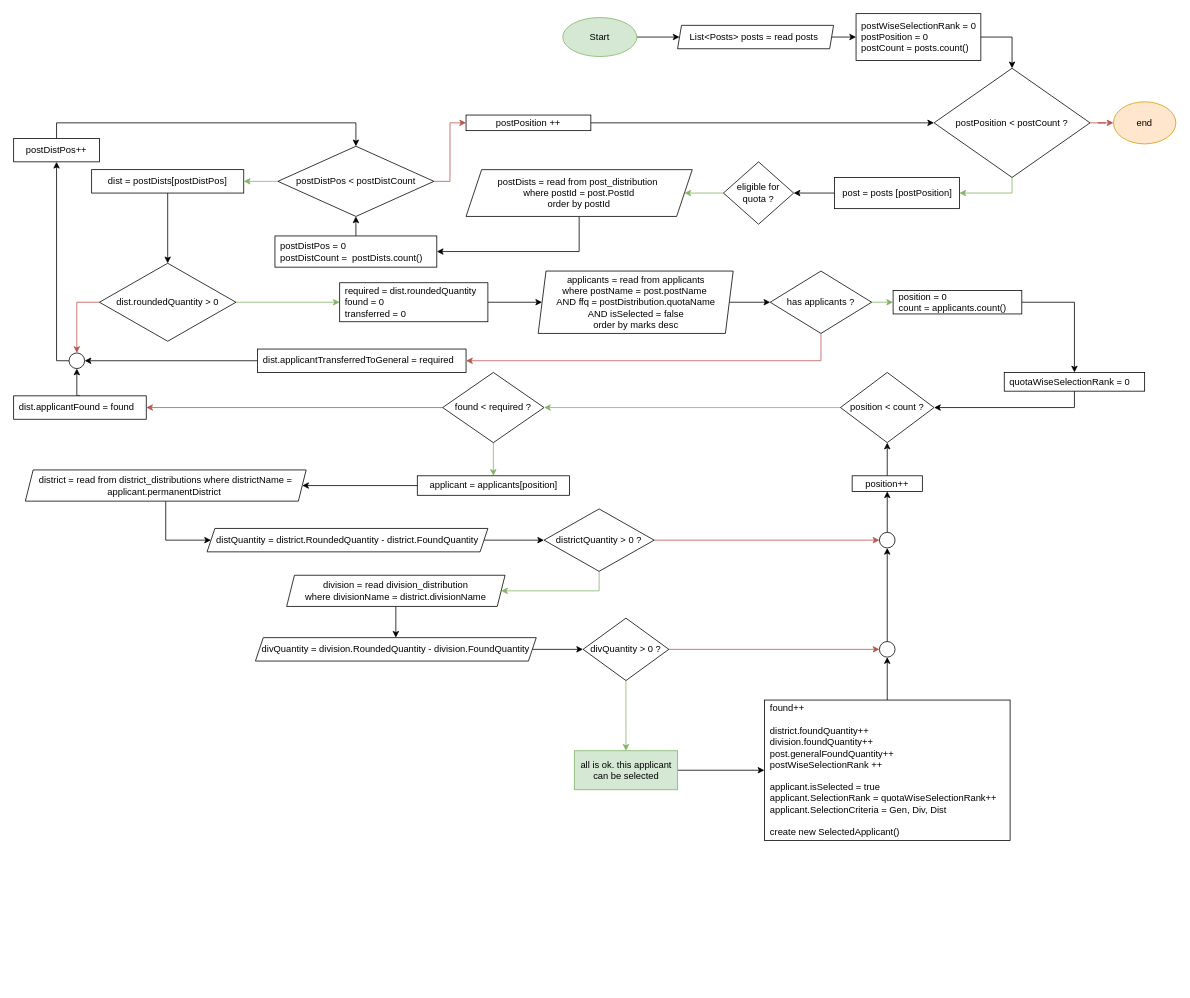
The draw.io diagram Applicant Selection.drawio in skpaul/ResultManager, before the edit. Source tidied: cells renumbered, new cells numbered last; positions are measured from the earlier drawing's top-left corner, leaving out a move shared by most shapes. Both pictures are drawn from the tidied source at 78%, with x=0, y=0 at pixel (13, 13).
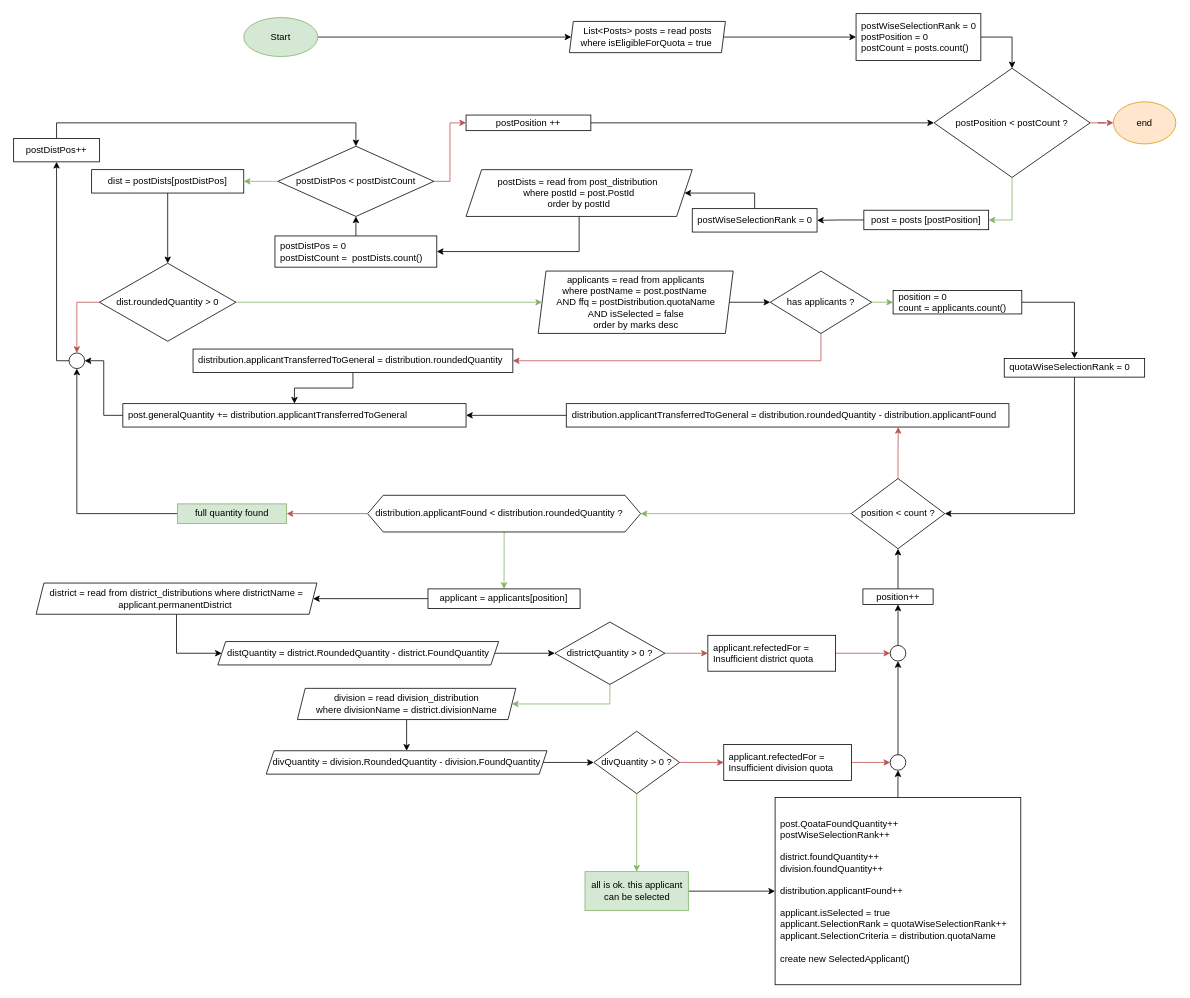
The same page after the edit.

Commit message (it also covers changes not shown here):
flowchart completed. Database modified.

Unchanged cells that the change refers to:
```xml
<mxCell id="37" value="postDists = read from post_distribution&amp;nbsp;&lt;br&gt;where postId = post.PostId&lt;br&gt;order by postId" style="shape=parallelogram;perimeter=parallelogramPerimeter;whiteSpace=wrap;html=1;fixedSize=1;align=center;" parent="1" vertex="1">
  <mxGeometry x="580" y="200" width="290" height="60" as="geometry" />
</mxCell>
<mxCell id="41" value="applicants = read from applicants &lt;br&gt;where postName = post.postName&amp;nbsp;&lt;br&gt;AND ffq = postDistribution.quotaName&lt;br&gt;AND isSelected = false&lt;br&gt;order by marks desc" style="shape=parallelogram;perimeter=parallelogramPerimeter;whiteSpace=wrap;html=1;fixedSize=1;size=10;" parent="1" vertex="1">
  <mxGeometry x="672.5" y="330" width="250" height="80" as="geometry" />
</mxCell>
<mxCell id="53" value="dist.roundedQuantity &amp;gt; 0" style="rhombus;whiteSpace=wrap;html=1;" parent="1" vertex="1">
  <mxGeometry x="110" y="320" width="175" height="100" as="geometry" />
</mxCell>
<mxCell id="72" style="ellipse;whiteSpace=wrap;html=1;align=center;" parent="1" vertex="1">
  <mxGeometry x="71" y="435" width="20" height="20" as="geometry" />
</mxCell>
```

The edit, as a diff of the source:
```diff
@@
     <mxCell id="3" value="Start" style="ellipse;whiteSpace=wrap;html=1;fillColor=#d5e8d4;strokeColor=#82b366;" parent="1" vertex="1">
-      <mxGeometry x="704" y="5" width="95" height="50" as="geometry" />
+      <mxGeometry x="295" y="5" width="95" height="50" as="geometry" />
     </mxCell>
@@
-    <mxCell id="5" value="List&amp;lt;Posts&amp;gt; posts = read posts&amp;nbsp;" style="shape=parallelogram;perimeter=parallelogramPerimeter;whiteSpace=wrap;html=1;fixedSize=1;size=5;" parent="1" vertex="1">
-      <mxGeometry x="851.2" y="15" width="200" height="30" as="geometry" />
+    <mxCell id="5" value="List&amp;lt;Posts&amp;gt; posts = read posts where isEligibleForQuota = true&amp;nbsp;" style="shape=parallelogram;perimeter=parallelogramPerimeter;whiteSpace=wrap;html=1;fixedSize=1;size=5;" parent="1" vertex="1">
+      <mxGeometry x="712.5" y="10" width="200" height="40" as="geometry" />
     </mxCell>
-    <mxCell id="6" style="edgeStyle=orthogonalEdgeStyle;rounded=0;jettySize=auto;html=1;entryX=1;entryY=0.5;entryDx=0;entryDy=0;fillColor=#d5e8d4;strokeColor=#82b366;" parent="1" edge="1" source="7" target="37">
-      <mxGeometry relative="1" as="geometry" />
-    </mxCell>
-    <mxCell id="7" value="eligible for quota ?" style="rhombus;whiteSpace=wrap;html=1;" parent="1" vertex="1">
-      <mxGeometry x="910" y="190" width="90" height="80" as="geometry" />
-    </mxCell>
     <mxCell id="8" value="applicant = applicants[position]" style="rounded=0;whiteSpace=wrap;html=1;" parent="1" vertex="1">
-      <mxGeometry x="517.5" y="592.5" width="195" height="25" as="geometry" />
+      <mxGeometry x="531.2" y="737.5" width="195" height="25" as="geometry" />
     </mxCell>
     <mxCell id="9" style="edgeStyle=orthogonalEdgeStyle;rounded=0;jettySize=auto;html=1;exitX=0.5;exitY=1;exitDx=0;exitDy=0;entryX=0;entryY=0.5;entryDx=0;entryDy=0;" parent="1" edge="1" source="10" target="12">
       <mxGeometry relative="1" as="geometry">
         <Array as="points">
-          <mxPoint x="195" y="675" />
+          <mxPoint x="208.8" y="820" />
         </Array>
       </mxGeometry>
     </mxCell>
     <mxCell id="10" value="district = read from district_distributions where districtName = applicant.permanentDistrict&amp;nbsp;" style="shape=parallelogram;perimeter=parallelogramPerimeter;whiteSpace=wrap;html=1;fixedSize=1;size=10;" parent="1" vertex="1">
-      <mxGeometry x="15" y="585" width="360" height="40" as="geometry" />
+      <mxGeometry x="28.8" y="730" width="360" height="40" as="geometry" />
     </mxCell>
@@
     <mxCell id="12" value="distQuantity = district.RoundedQuantity - district.FoundQuantity" style="shape=parallelogram;perimeter=parallelogramPerimeter;whiteSpace=wrap;html=1;fixedSize=1;size=10;" parent="1" vertex="1">
-      <mxGeometry x="248" y="660" width="360" height="30" as="geometry" />
+      <mxGeometry x="261.8" y="805" width="360" height="30" as="geometry" />
     </mxCell>
-    <mxCell id="13" style="edgeStyle=orthogonalEdgeStyle;rounded=0;jettySize=auto;html=1;entryX=0;entryY=0.5;entryDx=0;entryDy=0;fillColor=#f8cecc;strokeColor=#b85450;exitX=1;exitY=0.5;exitDx=0;exitDy=0;" parent="1" edge="1" source="15" target="31">
+    <mxCell id="13" style="edgeStyle=orthogonalEdgeStyle;rounded=0;jettySize=auto;html=1;entryX=0;entryY=0.5;entryDx=0;entryDy=0;fillColor=#f8cecc;strokeColor=#b85450;exitX=1;exitY=0.5;exitDx=0;exitDy=0;" parent="1" edge="1" source="85" target="31">
       <mxGeometry relative="1" as="geometry" />
     </mxCell>
     <mxCell id="14" style="edgeStyle=orthogonalEdgeStyle;rounded=0;jettySize=auto;html=1;entryX=1;entryY=0.5;entryDx=0;entryDy=0;exitX=0.5;exitY=1;exitDx=0;exitDy=0;fillColor=#d5e8d4;strokeColor=#82b366;" parent="1" edge="1" source="15" target="17">
       <mxGeometry relative="1" as="geometry">
         <Array as="points">
-          <mxPoint x="751" y="740" />
+          <mxPoint x="764.8" y="885" />
         </Array>
       </mxGeometry>
     </mxCell>
     <mxCell id="15" value="districtQuantity &amp;gt; 0 ?" style="rhombus;whiteSpace=wrap;html=1;" parent="1" vertex="1">
-      <mxGeometry x="680" y="635" width="141.2" height="80" as="geometry" />
+      <mxGeometry x="693.8" y="780" width="141.2" height="80" as="geometry" />
     </mxCell>
@@
     <mxCell id="17" value="division = read division_distribution &lt;br&gt;where divisionName = district.divisionName" style="shape=parallelogram;perimeter=parallelogramPerimeter;whiteSpace=wrap;html=1;fixedSize=1;size=10;" parent="1" vertex="1">
-      <mxGeometry x="350" y="720" width="280" height="40" as="geometry" />
+      <mxGeometry x="363.8" y="865" width="280" height="40" as="geometry" />
     </mxCell>
@@
     <mxCell id="19" value="divQuantity = division.RoundedQuantity - division.FoundQuantity" style="shape=parallelogram;perimeter=parallelogramPerimeter;whiteSpace=wrap;html=1;fixedSize=1;size=10;" parent="1" vertex="1">
-      <mxGeometry x="310" y="800" width="360" height="30" as="geometry" />
+      <mxGeometry x="323.8" y="945" width="360" height="30" as="geometry" />
     </mxCell>
@@
-    <mxCell id="21" style="edgeStyle=orthogonalEdgeStyle;rounded=0;jettySize=auto;html=1;exitX=1;exitY=0.5;exitDx=0;exitDy=0;entryX=0;entryY=0.5;entryDx=0;entryDy=0;fillColor=#f8cecc;strokeColor=#b85450;" parent="1" edge="1" source="22" target="30">
+    <mxCell id="21" style="edgeStyle=orthogonalEdgeStyle;rounded=0;jettySize=auto;html=1;exitX=1;exitY=0.5;exitDx=0;exitDy=0;entryX=0;entryY=0.5;entryDx=0;entryDy=0;fillColor=#f8cecc;strokeColor=#b85450;" parent="1" edge="1" source="93" target="30">
       <mxGeometry relative="1" as="geometry" />
     </mxCell>
     <mxCell id="22" value="divQuantity &amp;gt; 0 ?" style="rhombus;whiteSpace=wrap;html=1;" parent="1" vertex="1">
-      <mxGeometry x="730" y="775" width="110" height="80" as="geometry" />
+      <mxGeometry x="743.8" y="920" width="110" height="80" as="geometry" />
     </mxCell>
@@
-    <mxCell id="24" value="found++&lt;br&gt;&lt;br&gt;district.foundQuantity++&lt;br&gt;division.foundQuantity++&lt;br&gt;post.generalFoundQuantity++&lt;br&gt;&lt;span style=&quot;text-align: center&quot;&gt;postWiseSelectionRank ++&lt;br&gt;&lt;/span&gt;&lt;br&gt;applicant.isSelected = true&lt;br&gt;applicant.SelectionRank = quotaWiseSelectionRank++&lt;br&gt;applicant.SelectionCriteria = Gen, Div, Dist&lt;br&gt;&lt;br&gt;create new SelectedApplicant()" style="rounded=0;whiteSpace=wrap;html=1;align=left;spacingLeft=5;spacingTop=4;spacingBottom=5;" parent="1" vertex="1">
-      <mxGeometry x="962.5" y="880" width="315" height="180" as="geometry" />
+    <mxCell id="24" value="post.QoataFoundQuantity++&lt;br&gt;postWiseSelectionRank++&lt;br&gt;&lt;br&gt;district.foundQuantity++&lt;br&gt;division.foundQuantity++&lt;span style=&quot;text-align: center&quot;&gt;&lt;br&gt;&lt;/span&gt;&lt;br&gt;distribution.applicantFound++&lt;br&gt;&lt;br&gt;applicant.isSelected = true&lt;br&gt;applicant.SelectionRank = quotaWiseSelectionRank++&lt;br&gt;applicant.SelectionCriteria = distribution.quotaName&lt;br&gt;&lt;br&gt;create new SelectedApplicant()" style="rounded=0;whiteSpace=wrap;html=1;align=left;spacingLeft=5;spacingTop=4;spacingBottom=5;" parent="1" vertex="1">
+      <mxGeometry x="976.2" y="1005" width="315" height="240" as="geometry" />
     </mxCell>
@@
     <mxCell id="26" value="quotaWiseSelectionRank = 0" style="rounded=0;whiteSpace=wrap;html=1;align=left;spacingLeft=5;" parent="1" vertex="1">
-      <mxGeometry x="1270" y="460" width="180" height="24" as="geometry" />
+      <mxGeometry x="1270" y="442" width="180" height="24" as="geometry" />
     </mxCell>
@@
     <mxCell id="28" value="all is ok. this applicant can be selected" style="rounded=0;whiteSpace=wrap;html=1;align=center;fillColor=#d5e8d4;strokeColor=#82b366;" parent="1" vertex="1">
-      <mxGeometry x="718.8" y="945" width="132.5" height="50" as="geometry" />
+      <mxGeometry x="732.5" y="1100" width="132.5" height="50" as="geometry" />
     </mxCell>
@@
     <mxCell id="30" style="ellipse;whiteSpace=wrap;html=1;align=center;" parent="1" vertex="1">
-      <mxGeometry x="1110" y="805" width="20" height="20" as="geometry" />
+      <mxGeometry x="1123.8" y="950" width="20" height="20" as="geometry" />
     </mxCell>
     <mxCell id="31" style="ellipse;whiteSpace=wrap;html=1;align=center;" parent="1" vertex="1">
-      <mxGeometry x="1110" y="665" width="20" height="20" as="geometry" />
+      <mxGeometry x="1123.8" y="810" width="20" height="20" as="geometry" />
     </mxCell>
@@
     <mxCell id="35" value="position++" style="rounded=0;whiteSpace=wrap;html=1;" parent="1" vertex="1">
-      <mxGeometry x="1075" y="592.5" width="90" height="20" as="geometry" />
+      <mxGeometry x="1088.8" y="737.5" width="90" height="20" as="geometry" />
     </mxCell>
@@
-    <mxCell id="48" style="edgeStyle=orthogonalEdgeStyle;rounded=0;jettySize=auto;html=1;entryX=1;entryY=0.5;entryDx=0;entryDy=0;exitX=0;exitY=0.5;exitDx=0;exitDy=0;" parent="1" edge="1" source="59" target="7">
+    <mxCell id="48" style="edgeStyle=orthogonalEdgeStyle;rounded=0;jettySize=auto;html=1;entryX=1;entryY=0.5;entryDx=0;entryDy=0;exitX=0;exitY=0.5;exitDx=0;exitDy=0;" parent="1" edge="1" source="59" target="84">
       <mxGeometry relative="1" as="geometry" />
     </mxCell>
@@
-    <mxCell id="52" style="edgeStyle=orthogonalEdgeStyle;rounded=0;jettySize=auto;html=1;entryX=0;entryY=0.5;entryDx=0;entryDy=0;fillColor=#d5e8d4;strokeColor=#82b366;" parent="1" edge="1" source="53" target="61">
+    <mxCell id="52" style="edgeStyle=orthogonalEdgeStyle;rounded=0;jettySize=auto;html=1;entryX=0;entryY=0.5;entryDx=0;entryDy=0;fillColor=#d5e8d4;strokeColor=#82b366;" parent="1" edge="1" source="53" target="41">
       <mxGeometry relative="1" as="geometry" />
     </mxCell>
@@
     <mxCell id="59" value="post = posts [postPosition]" style="rounded=0;whiteSpace=wrap;html=1;" parent="1" vertex="1">
-      <mxGeometry x="1052.5" y="210" width="160" height="40" as="geometry" />
+      <mxGeometry x="1090" y="252" width="160" height="25" as="geometry" />
     </mxCell>
-    <mxCell id="60" style="edgeStyle=orthogonalEdgeStyle;rounded=0;jettySize=auto;html=1;exitX=1;exitY=0.5;exitDx=0;exitDy=0;entryX=0;entryY=0.5;entryDx=0;entryDy=0;" parent="1" edge="1" source="61" target="41">
-      <mxGeometry relative="1" as="geometry" />
-    </mxCell>
-    <mxCell id="61" value="required = dist.roundedQuantity&lt;br&gt;found = 0&lt;br&gt;transferred = 0" style="rounded=0;whiteSpace=wrap;html=1;align=left;spacingLeft=5;" parent="1" vertex="1">
-      <mxGeometry x="418" y="345" width="190" height="50" as="geometry" />
-    </mxCell>
-    <mxCell id="62" style="edgeStyle=orthogonalEdgeStyle;rounded=0;jettySize=auto;html=1;exitX=0;exitY=0.5;exitDx=0;exitDy=0;entryX=1;entryY=0.5;entryDx=0;entryDy=0;" parent="1" edge="1" source="63" target="72">
+    <mxCell id="62" style="edgeStyle=orthogonalEdgeStyle;rounded=0;jettySize=auto;html=1;exitX=0;exitY=0.5;exitDx=0;exitDy=0;entryX=1;entryY=0.5;entryDx=0;entryDy=0;" parent="1" edge="1" source="92" target="72">
       <mxGeometry relative="1" as="geometry" />
     </mxCell>
+    <mxCell id="80" style="edgeStyle=orthogonalEdgeStyle;rounded=0;jettySize=auto;html=1;exitX=0.5;exitY=1;exitDx=0;exitDy=0;entryX=0.5;entryY=0;entryDx=0;entryDy=0;strokeColor=#000000;" parent="1" edge="1" source="63" target="92">
+      <mxGeometry relative="1" as="geometry" />
+    </mxCell>
-    <mxCell id="63" value="dist.applicantTransferredToGeneral = required" style="rounded=0;whiteSpace=wrap;html=1;align=left;spacingLeft=5;" parent="1" vertex="1">
-      <mxGeometry x="312.5" y="430" width="267.5" height="30" as="geometry" />
+    <mxCell id="63" value="distribution.applicantTransferredToGeneral = distribution.roundedQuantity" style="rounded=0;whiteSpace=wrap;html=1;align=left;spacingLeft=5;" parent="1" vertex="1">
+      <mxGeometry x="230" y="430" width="410" height="30" as="geometry" />
     </mxCell>
-    <mxCell id="64" style="edgeStyle=orthogonalEdgeStyle;rounded=0;jettySize=auto;html=1;exitX=0.5;exitY=1;exitDx=0;exitDy=0;entryX=0.5;entryY=0;entryDx=0;entryDy=0;fillColor=#d5e8d4;strokeColor=#82b366;" parent="1" edge="1" source="66" target="8">
+    <mxCell id="64" style="edgeStyle=orthogonalEdgeStyle;rounded=0;jettySize=auto;html=1;exitX=0.5;exitY=1;exitDx=0;exitDy=0;entryX=0.5;entryY=0;entryDx=0;entryDy=0;fillColor=#d5e8d4;strokeColor=#82b366;" parent="1" edge="1" source="82" target="8">
       <mxGeometry relative="1" as="geometry" />
     </mxCell>
-    <mxCell id="65" style="edgeStyle=orthogonalEdgeStyle;rounded=0;jettySize=auto;html=1;exitX=0;exitY=0.5;exitDx=0;exitDy=0;entryX=1;entryY=0.5;entryDx=0;entryDy=0;fillColor=#f8cecc;strokeColor=#b85450;" parent="1" edge="1" source="66" target="69">
+    <mxCell id="65" style="edgeStyle=orthogonalEdgeStyle;rounded=0;jettySize=auto;html=1;exitX=0;exitY=0.5;exitDx=0;exitDy=0;entryX=0.5;entryY=1;entryDx=0;entryDy=0;fillColor=#f8cecc;" parent="1" edge="1" source="90" target="72">
       <mxGeometry relative="1" as="geometry" />
     </mxCell>
-    <mxCell id="66" value="found &amp;lt; required ?" style="rhombus;whiteSpace=wrap;html=1;" parent="1" vertex="1">
-      <mxGeometry x="550" y="460" width="130" height="90" as="geometry" />
-    </mxCell>
@@
-    <mxCell id="68" style="edgeStyle=orthogonalEdgeStyle;rounded=0;jettySize=auto;html=1;exitX=0.5;exitY=0;exitDx=0;exitDy=0;entryX=0.5;entryY=1;entryDx=0;entryDy=0;" parent="1" edge="1" source="69" target="72">
-      <mxGeometry relative="1" as="geometry" />
-    </mxCell>
-    <mxCell id="69" value="dist.applicantFound = found" style="rounded=0;whiteSpace=wrap;html=1;align=left;spacingLeft=5;" parent="1" vertex="1">
-      <mxGeometry y="490" width="170" height="30" as="geometry" />
-    </mxCell>
-    <mxCell id="70" style="edgeStyle=orthogonalEdgeStyle;rounded=0;jettySize=auto;html=1;exitX=0;exitY=0.5;exitDx=0;exitDy=0;entryX=1;entryY=0.5;entryDx=0;entryDy=0;fillColor=#d5e8d4;strokeColor=#82b366;" parent="1" edge="1" source="71" target="66">
+    <mxCell id="70" style="edgeStyle=orthogonalEdgeStyle;rounded=0;jettySize=auto;html=1;exitX=0;exitY=0.5;exitDx=0;exitDy=0;entryX=1;entryY=0.5;entryDx=0;entryDy=0;fillColor=#d5e8d4;strokeColor=#82b366;" parent="1" edge="1" source="71" target="82">
       <mxGeometry relative="1" as="geometry" />
     </mxCell>
+    <mxCell id="81" style="edgeStyle=orthogonalEdgeStyle;rounded=0;jettySize=auto;html=1;exitX=0.5;exitY=0;exitDx=0;exitDy=0;entryX=0.75;entryY=1;entryDx=0;entryDy=0;fillColor=#f8cecc;strokeColor=#b85450;" parent="1" edge="1" source="71" target="89">
+      <mxGeometry relative="1" as="geometry" />
+    </mxCell>
     <mxCell id="71" value="position &amp;lt; count ?" style="rhombus;whiteSpace=wrap;html=1;" parent="1" vertex="1">
-      <mxGeometry x="1060" y="460" width="120" height="90" as="geometry" />
+      <mxGeometry x="1073.8" y="596" width="120" height="90" as="geometry" />
     </mxCell>
@@
+    <mxCell id="82" value="distribution.applicantFound &amp;lt; distribution.roundedQuantity ?" style="shape=hexagon;perimeter=hexagonPerimeter2;whiteSpace=wrap;html=1;fixedSize=1;align=left;spacingLeft=8;" parent="1" vertex="1">
+      <mxGeometry x="453.8" y="617.5" width="350" height="47" as="geometry" />
+    </mxCell>
+    <mxCell id="83" style="edgeStyle=orthogonalEdgeStyle;rounded=0;jettySize=auto;html=1;exitX=0.5;exitY=0;exitDx=0;exitDy=0;entryX=1;entryY=0.5;entryDx=0;entryDy=0;" parent="1" edge="1" source="84" target="37">
+      <mxGeometry relative="1" as="geometry" />
+    </mxCell>
+    <mxCell id="84" value="postWiseSelectionRank = 0" style="rounded=0;whiteSpace=wrap;html=1;align=left;spacingLeft=5;" parent="1" vertex="1">
+      <mxGeometry x="870" y="250" width="160" height="30" as="geometry" />
+    </mxCell>
+    <mxCell id="85" value="applicant.refectedFor = Insufficient district quota" style="rounded=0;whiteSpace=wrap;html=1;align=left;spacingLeft=5;" parent="1" vertex="1">
+      <mxGeometry x="890" y="797" width="163.8" height="46" as="geometry" />
+    </mxCell>
+    <mxCell id="86" style="edgeStyle=orthogonalEdgeStyle;rounded=0;jettySize=auto;html=1;entryX=0;entryY=0.5;entryDx=0;entryDy=0;fillColor=#f8cecc;strokeColor=#b85450;exitX=1;exitY=0.5;exitDx=0;exitDy=0;" parent="1" edge="1" source="15" target="85">
+      <mxGeometry relative="1" as="geometry" />
+    </mxCell>
+    <mxCell id="87" style="edgeStyle=orthogonalEdgeStyle;rounded=0;jettySize=auto;html=1;exitX=1;exitY=0.5;exitDx=0;exitDy=0;entryX=0;entryY=0.5;entryDx=0;entryDy=0;fillColor=#f8cecc;strokeColor=#b85450;" parent="1" edge="1" source="22" target="93">
+      <mxGeometry relative="1" as="geometry" />
+    </mxCell>
+    <mxCell id="88" style="edgeStyle=orthogonalEdgeStyle;rounded=0;jettySize=auto;html=1;exitX=0;exitY=0.5;exitDx=0;exitDy=0;entryX=1;entryY=0.5;entryDx=0;entryDy=0;strokeColor=#000000;" parent="1" edge="1" source="89" target="92">
+      <mxGeometry relative="1" as="geometry" />
+    </mxCell>
+    <mxCell id="89" value="distribution.applicantTransferredToGeneral = distribution.roundedQuantity - distribution.applicantFound" style="rounded=0;whiteSpace=wrap;html=1;align=left;spacingLeft=5;" parent="1" vertex="1">
+      <mxGeometry x="708.5" y="500" width="567.5" height="30" as="geometry" />
+    </mxCell>
+    <mxCell id="90" value="full quantity found" style="rounded=0;whiteSpace=wrap;html=1;fillColor=#d5e8d4;strokeColor=#82b366;" parent="1" vertex="1">
+      <mxGeometry x="210" y="628.5" width="140" height="25" as="geometry" />
+    </mxCell>
+    <mxCell id="91" style="edgeStyle=orthogonalEdgeStyle;rounded=0;jettySize=auto;html=1;exitX=0;exitY=0.5;exitDx=0;exitDy=0;entryX=1;entryY=0.5;entryDx=0;entryDy=0;fillColor=#f8cecc;strokeColor=#b85450;" parent="1" edge="1" source="82" target="90">
+      <mxGeometry relative="1" as="geometry" />
+    </mxCell>
+    <mxCell id="92" value="post.generalQuantity += distribution.applicantTransferredToGeneral&amp;nbsp;" style="rounded=0;whiteSpace=wrap;html=1;align=left;spacingLeft=5;" parent="1" vertex="1">
+      <mxGeometry x="140" y="500" width="440" height="30" as="geometry" />
+    </mxCell>
+    <mxCell id="93" value="applicant.refectedFor = Insufficient division quota" style="rounded=0;whiteSpace=wrap;html=1;align=left;spacingLeft=5;" parent="1" vertex="1">
+      <mxGeometry x="910.4" y="937" width="163.8" height="46" as="geometry" />
+    </mxCell>
```
